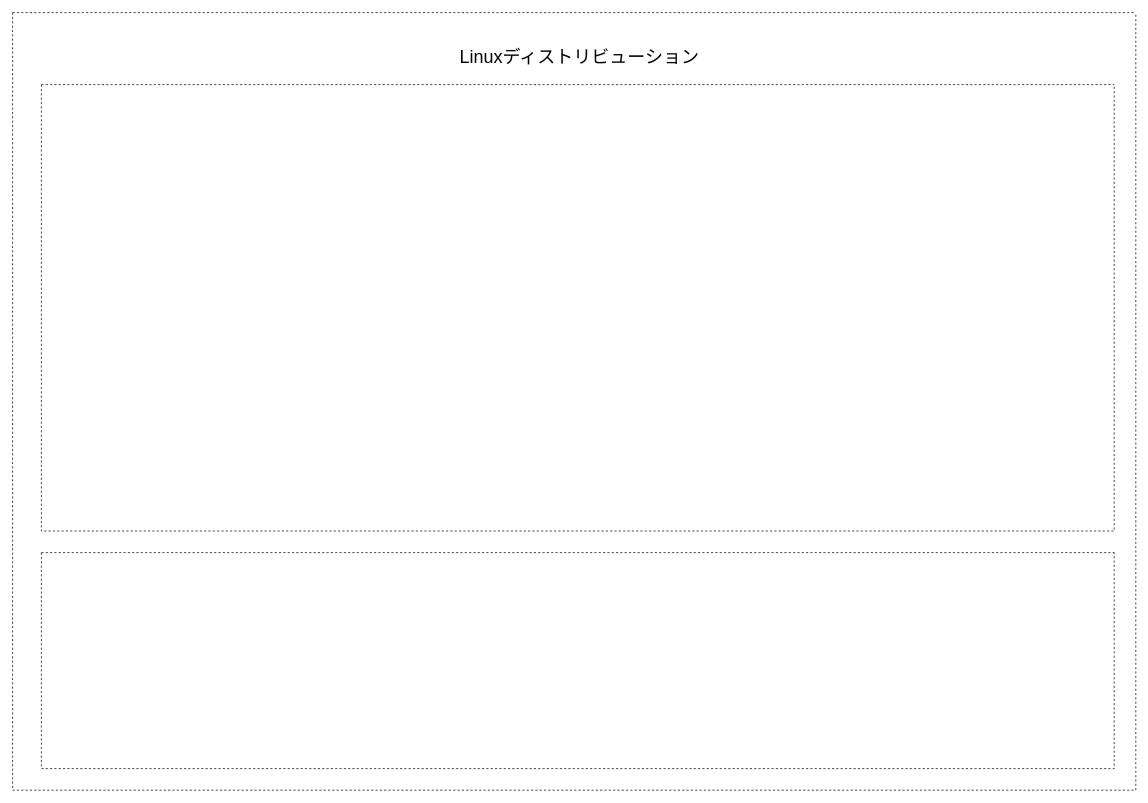
The draw.io diagram Linux/distribution.drawio in kei615ykhm/learning-record, before the edit. Source tidied: cells renumbered, new cells numbered last; positions are measured from the earlier drawing's top-left corner, leaving out a move shared by most shapes. Both pictures are drawn from the tidied source at 72%, with x=0, y=0 at pixel (12, 12).
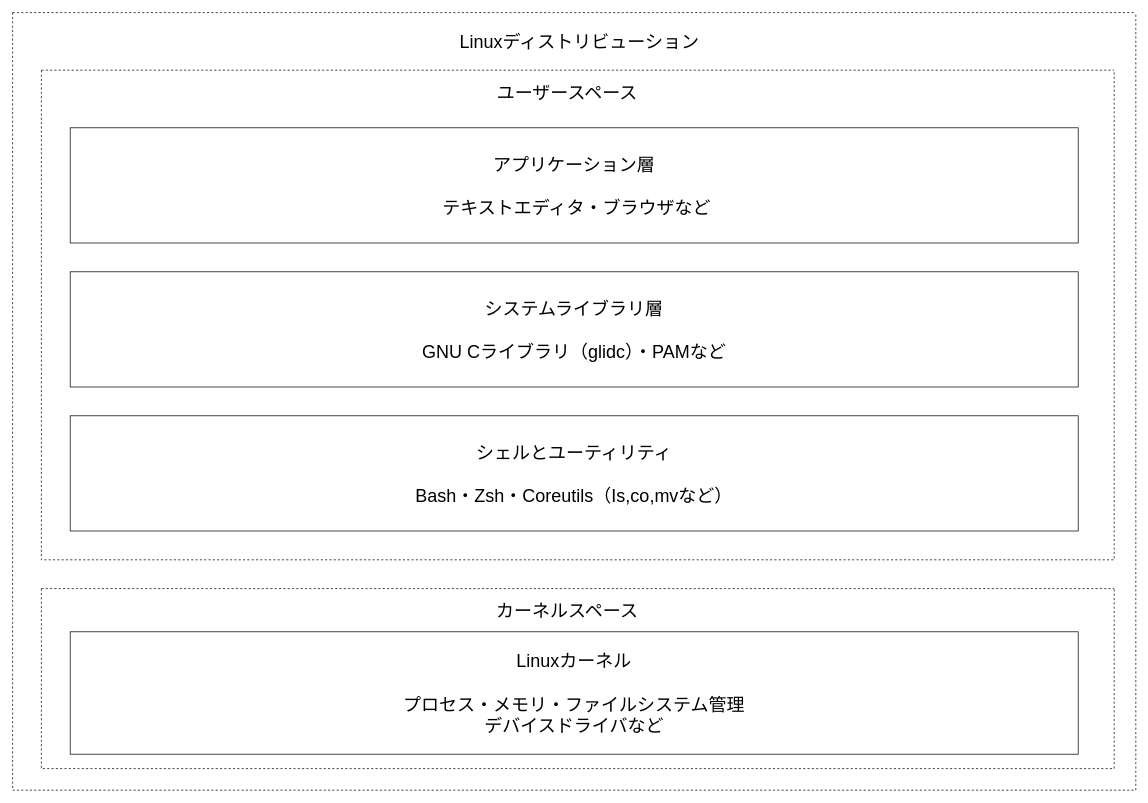
After the change.

Commit message:
ディストリビューションの構成図を作成

The edit, as a diff of the source:
```diff
@@
 <mxGraphModel>
   <root>
     <mxCell id="0" />
     <mxCell id="1" parent="0" />
     <mxCell id="2" style="swimlane;startSize=0;dashed=1;" parent="1" vertex="1">
       <mxGeometry width="1560" height="1080" as="geometry" />
     </mxCell>
     <mxCell id="3" value="Linuxディストリビューション" style="text;html=1;align=center;verticalAlign=middle;strokeColor=none;fillColor=none;fontSize=25;" parent="2" vertex="1">
-      <mxGeometry x="607" y="40" width="360" height="40" as="geometry" />
+      <mxGeometry x="607" y="20" width="360" height="40" as="geometry" />
     </mxCell>
     <mxCell id="4" style="swimlane;startSize=0;dashed=1;fontSize=25;" parent="2" vertex="1">
-      <mxGeometry x="40" y="100" width="1490" height="620" as="geometry" />
+      <mxGeometry x="40" y="80" width="1490" height="680" as="geometry" />
     </mxCell>
+    <mxCell id="6" value="ユーザースペース" style="text;html=1;align=center;verticalAlign=middle;strokeColor=none;fillColor=none;fontSize=25;" parent="4" vertex="1">
+      <mxGeometry x="620" y="10" width="220" height="40" as="geometry" />
+    </mxCell>
+    <mxCell id="7" value="アプリケーション層&lt;br&gt;&lt;br&gt;&amp;nbsp;テキストエディタ・ブラウザなど" style="rounded=0;whiteSpace=wrap;html=1;fontSize=25;" parent="4" vertex="1">
+      <mxGeometry x="40" y="80" width="1400" height="160" as="geometry" />
+    </mxCell>
+    <mxCell id="8" value="システムライブラリ層&lt;br&gt;&lt;br&gt;GNU Cライブラリ（glidc）・PAMなど" style="rounded=0;whiteSpace=wrap;html=1;fontSize=25;" parent="4" vertex="1">
+      <mxGeometry x="40" y="280" width="1400" height="160" as="geometry" />
+    </mxCell>
+    <mxCell id="9" value="シェルとユーティリティ&lt;br&gt;&lt;br&gt;Bash・Zsh・Coreutils（Is,co,mvなど）" style="rounded=0;whiteSpace=wrap;html=1;fontSize=25;" parent="4" vertex="1">
+      <mxGeometry x="40" y="480" width="1400" height="160" as="geometry" />
+    </mxCell>
     <mxCell id="5" style="swimlane;startSize=0;dashed=1;fontSize=25;" parent="2" vertex="1">
-      <mxGeometry x="40" y="750" width="1490" height="300" as="geometry" />
+      <mxGeometry x="40" y="800" width="1490" height="250" as="geometry" />
     </mxCell>
+    <mxCell id="10" value="カーネルスペース" style="text;html=1;align=center;verticalAlign=middle;strokeColor=none;fillColor=none;fontSize=25;" parent="5" vertex="1">
+      <mxGeometry x="620" y="10" width="220" height="40" as="geometry" />
+    </mxCell>
+    <mxCell id="11" value="Linuxカーネル&lt;br&gt;&lt;br&gt;プロセス・メモリ・ファイルシステム管理&lt;br&gt;デバイスドライバなど" style="rounded=0;whiteSpace=wrap;html=1;fontSize=25;" parent="5" vertex="1">
+      <mxGeometry x="40" y="60" width="1400" height="170" as="geometry" />
+    </mxCell>
   </root>
 </mxGraphModel>
```
